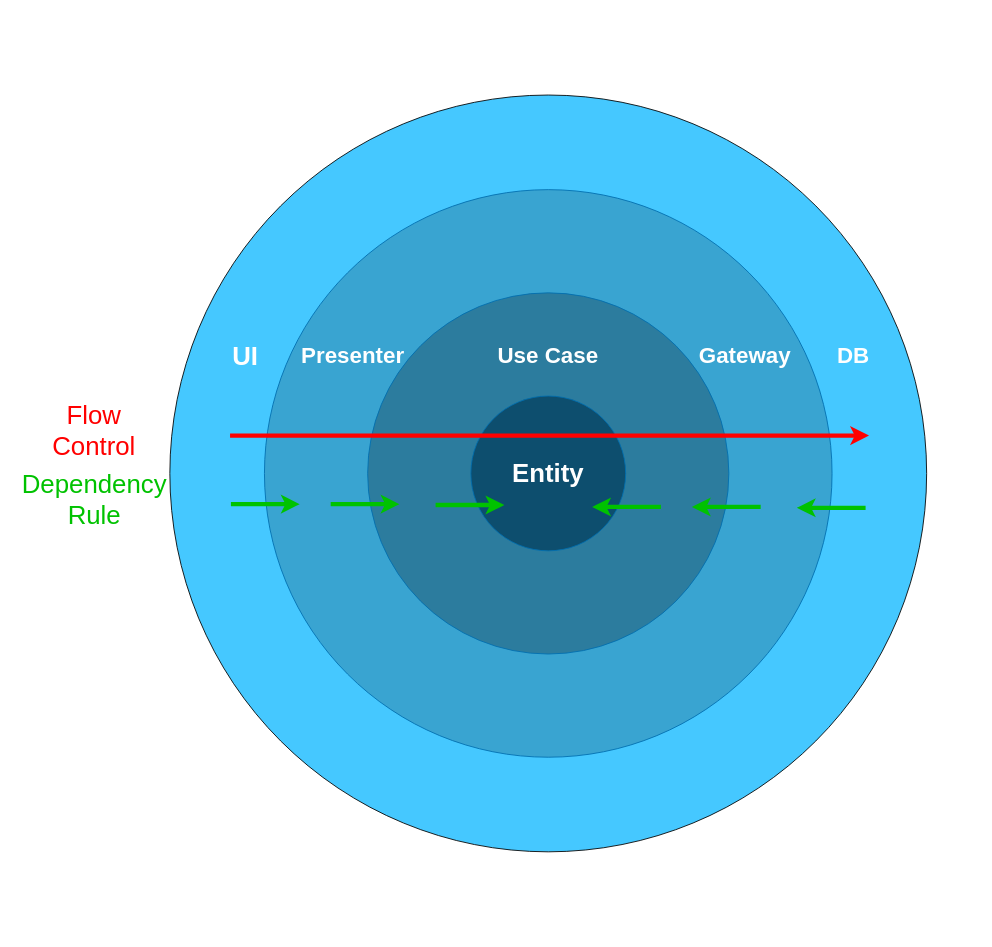
Earlier version of the draw.io diagram diagrams/caFlowControlDependencyRule.drawio (AlexanderLapygin/dependency-inversion-slides). Source tidied: cells renumbered, new cells numbered last; positions are measured from the earlier drawing's top-left corner, leaving out a move shared by most shapes. Both pictures are drawn from the tidied source at 86%, with x=0, y=0 at pixel (15, 15).
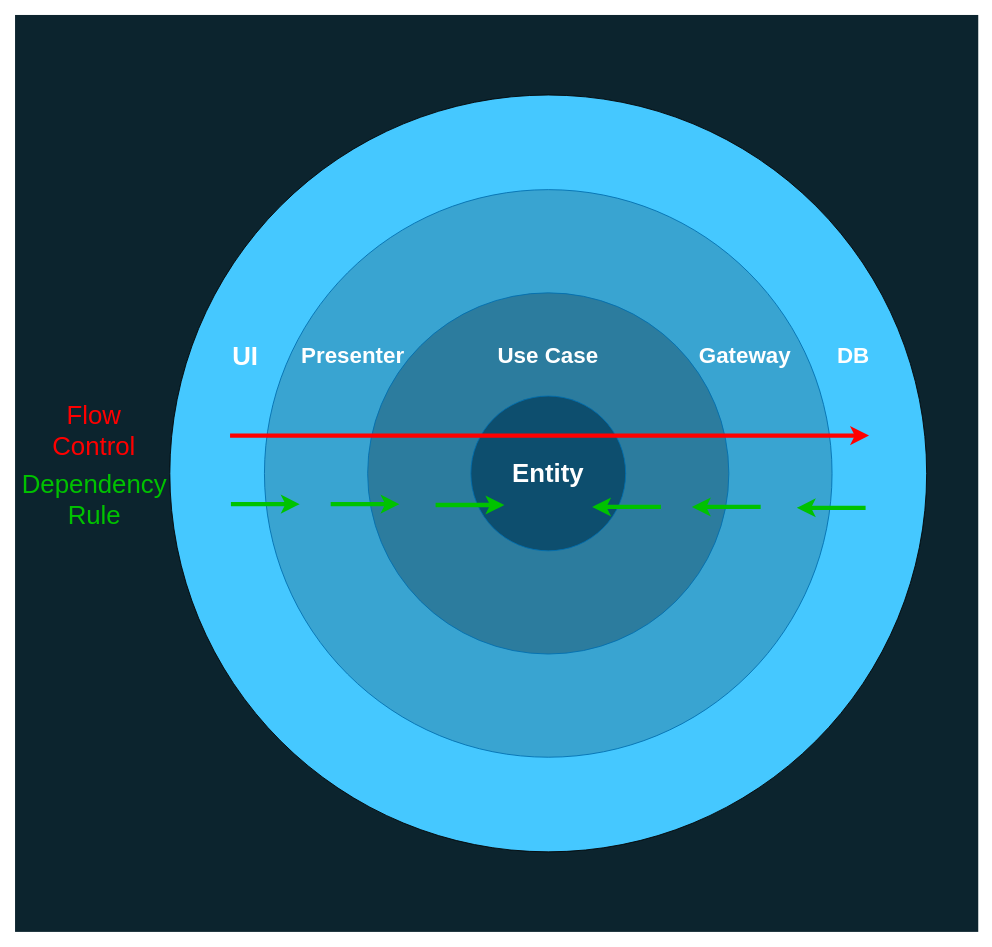
The same diagram, later.

Diff of the diagram source:
```diff
@@
-    <mxCell id="2" style="rounded=0;whiteSpace=wrap;html=1;fillColor=none;fontSize=30;fontColor=#FFFFFF;strokeColor=none;" parent="1" vertex="1">
+    <mxCell id="2" style="rounded=0;whiteSpace=wrap;html=1;fillColor=#0C242E;fontSize=30;fontColor=#FFFFFF;strokeColor=none;" parent="1" vertex="1">
       <mxGeometry y="-0.1" width="1120" height="1066.2" as="geometry" />
     </mxCell>
```
